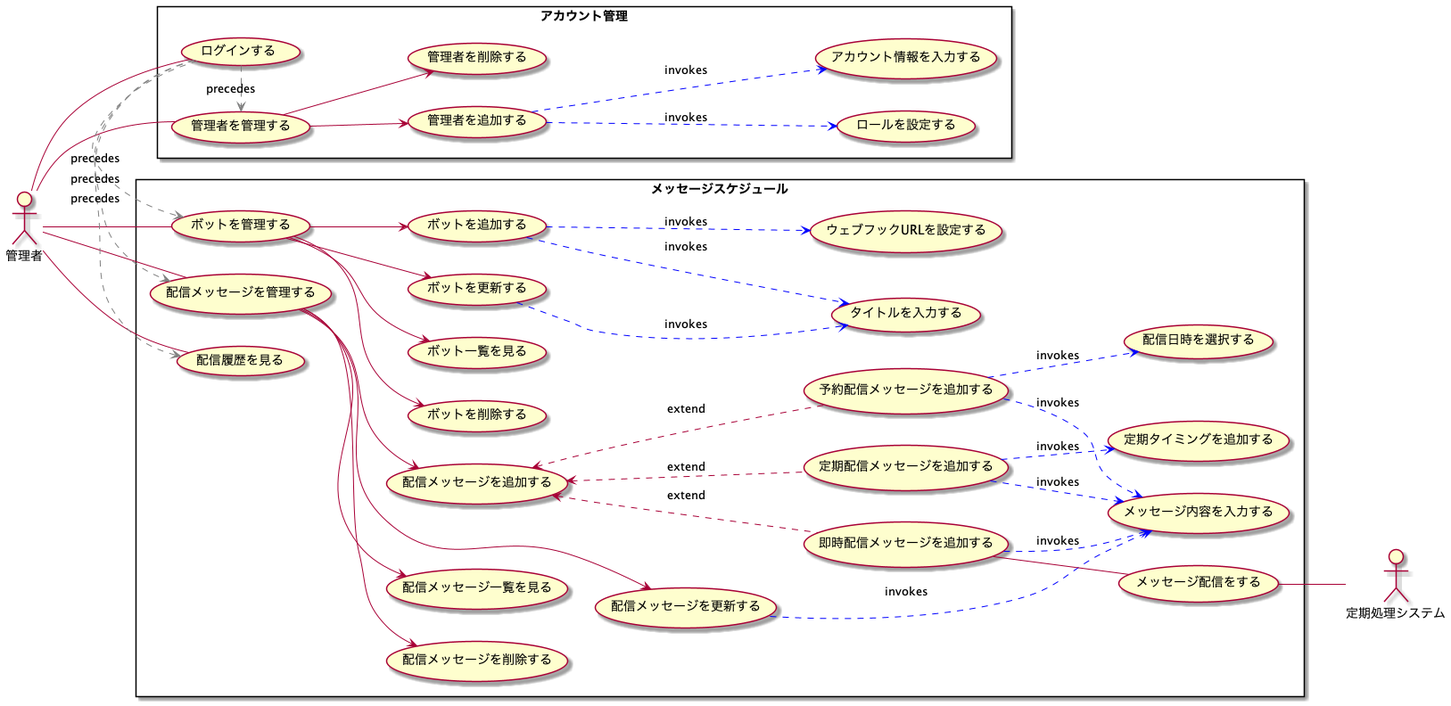
The PlantUML diagram diagram/analysis/usecase.png in takemo101/dc-scheduler, before a commit.
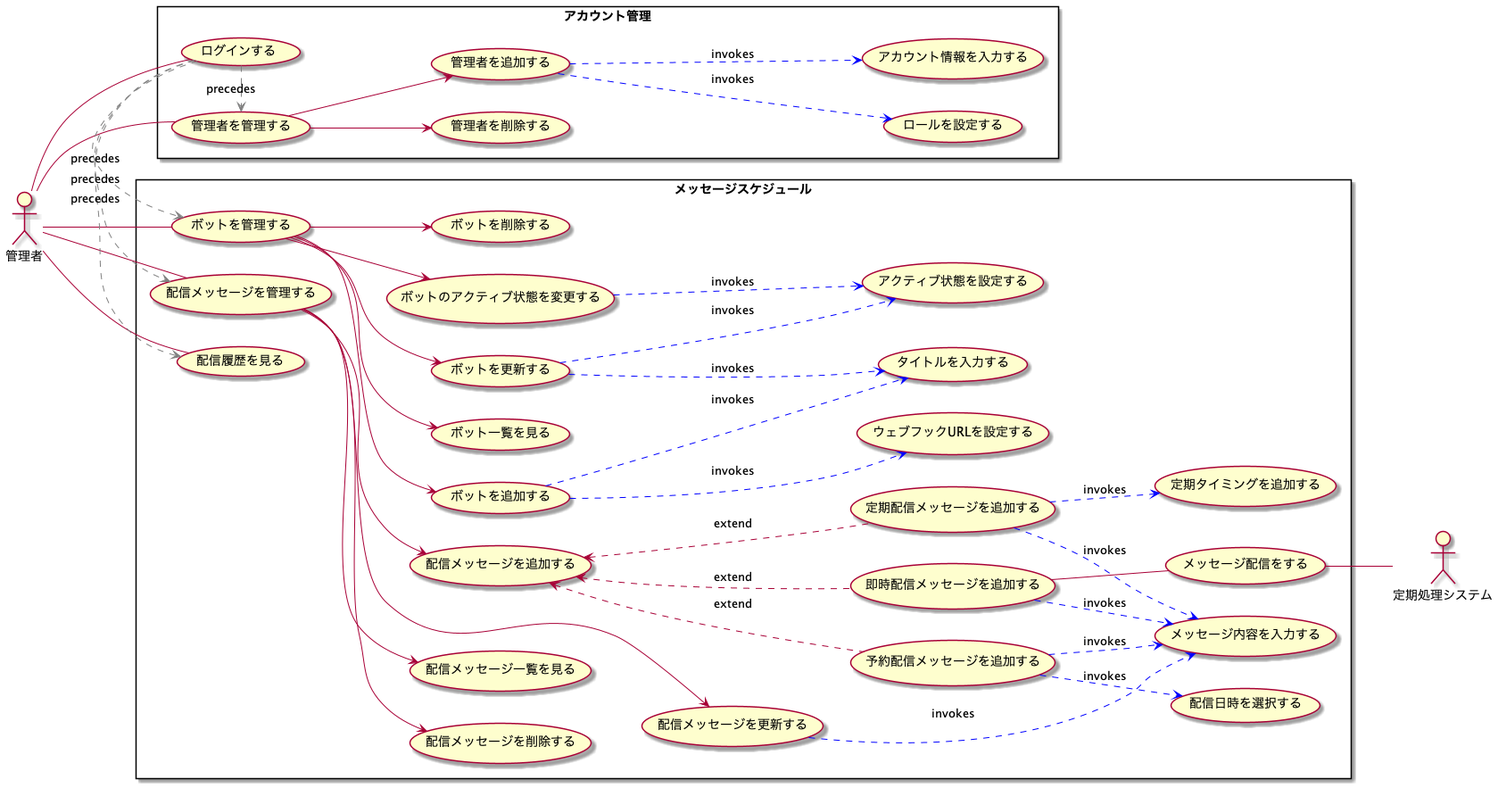
The same diagram one commit later.

Diff of the diagram source:
```diff
@@ -6,38 +6,40 @@
 :定期処理システム:
 
 rectangle メッセージスケジュール {
-  usecase ボットを管理する
-  usecase ボットを更新する
-  usecase ボットを追加する
-  usecase ボットを削除する
-  usecase ボット一覧を見る
-  usecase タイトルを入力する
-  usecase ウェブフックURLを設定する
+    usecase ボットを管理する
+    usecase ボットを更新する
+    usecase ボットを追加する
+    usecase ボットを削除する
+    usecase ボットのアクティブ状態を変更する
+    usecase ボット一覧を見る
+    usecase タイトルを入力する
+    usecase ウェブフックURLを設定する
+    usecase アクティブ状態を設定する
 
-  usecase 配信メッセージを管理する
-  usecase 配信メッセージを追加する
-  usecase 即時配信メッセージを追加する
-  usecase 定期配信メッセージを追加する
-  usecase 予約配信メッセージを追加する
-  usecase 配信メッセージを更新する
-  usecase 配信メッセージを削除する
-  usecase 配信メッセージ一覧を見る
-  usecase メッセージ内容を入力する
-  usecase 配信日時を選択する
-  usecase 定期タイミングを追加する
+    usecase 配信メッセージを管理する
+    usecase 配信メッセージを追加する
+    usecase 即時配信メッセージを追加する
+    usecase 定期配信メッセージを追加する
+    usecase 予約配信メッセージを追加する
+    usecase 配信メッセージを更新する
+    usecase 配信メッセージを削除する
+    usecase 配信メッセージ一覧を見る
+    usecase メッセージ内容を入力する
+    usecase 配信日時を選択する
+    usecase 定期タイミングを追加する
 
-  usecase 配信履歴を見る
+    usecase 配信履歴を見る
 
-  usecase メッセージ配信をする
+    usecase メッセージ配信をする
 }
 
 rectangle アカウント管理 {
-  usecase ログインする
-  usecase 管理者を管理する
-  usecase 管理者を追加する
-  usecase 管理者を削除する
-  usecase アカウント情報を入力する
-  usecase ロールを設定する
+    usecase ログインする
+    usecase 管理者を管理する
+    usecase 管理者を追加する
+    usecase 管理者を削除する
+    usecase アカウント情報を入力する
+    usecase ロールを設定する
 }
 
 管理者 -- ボットを管理する
@@ -45,9 +47,12 @@
 ボットを管理する --> ボットを更新する
 ボットを管理する --> ボットを削除する
 ボットを管理する --> ボット一覧を見る
+ボットを管理する --> ボットのアクティブ状態を変更する
 ボットを追加する ..> タイトルを入力する #blue :invokes
 ボットを追加する ..> ウェブフックURLを設定する #blue : invokes
 ボットを更新する ..> タイトルを入力する #blue :invokes
+ボットを更新する ..> アクティブ状態を設定する #blue :invokes
+ボットのアクティブ状態を変更する ..> アクティブ状態を設定する #blue :invokes
 
 管理者 -- 配信メッセージを管理する
 配信メッセージを管理する --> 配信メッセージを追加する
```
